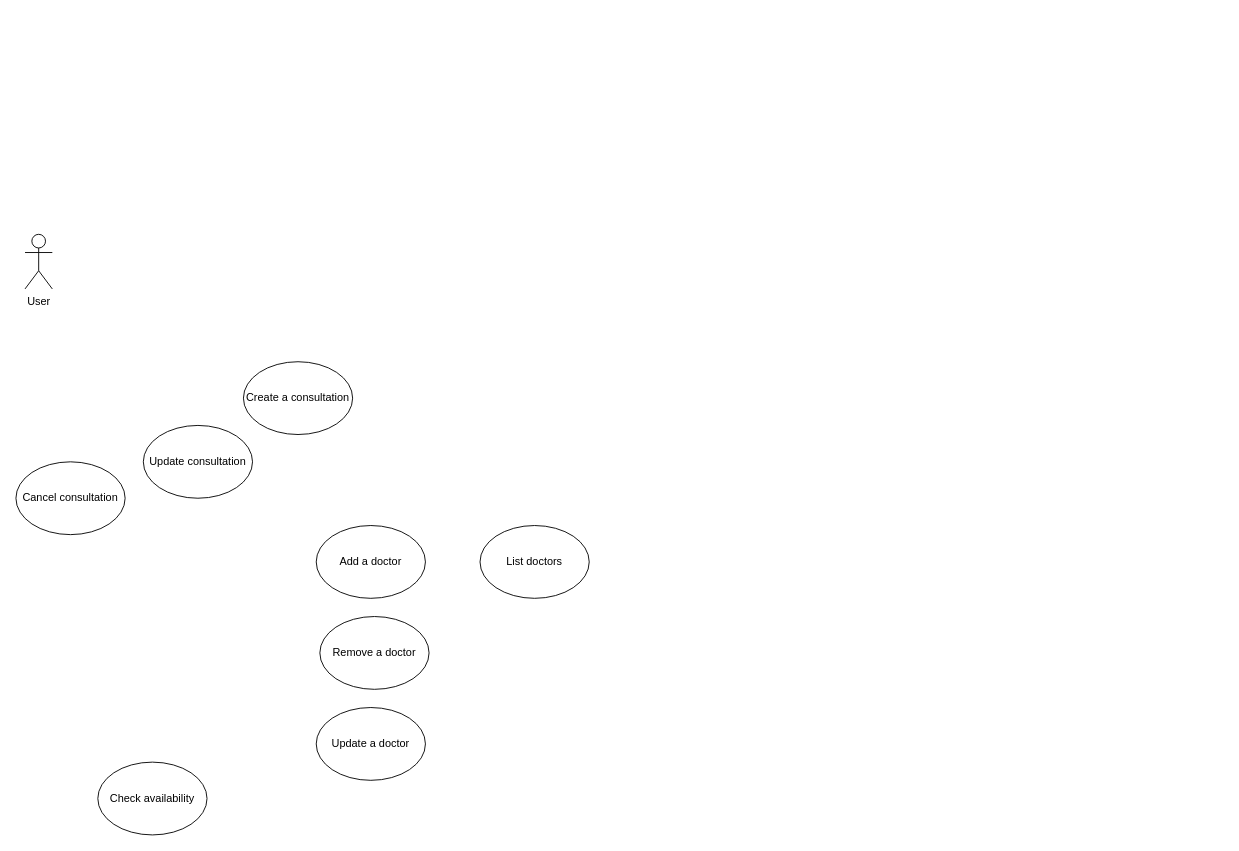
This is page "use case diagram" (2 of 3) of design/Untitled Diagram.drawio from dovh-me/oop-consultationManager, a draw.io file, before an edit. Source tidied: cells renumbered, new cells numbered last; positions are measured from the earlier drawing's top-left corner, leaving out a move shared by most shapes. Both pictures are drawn from the tidied source at 91%, with x=0, y=0 at pixel (15, 234).
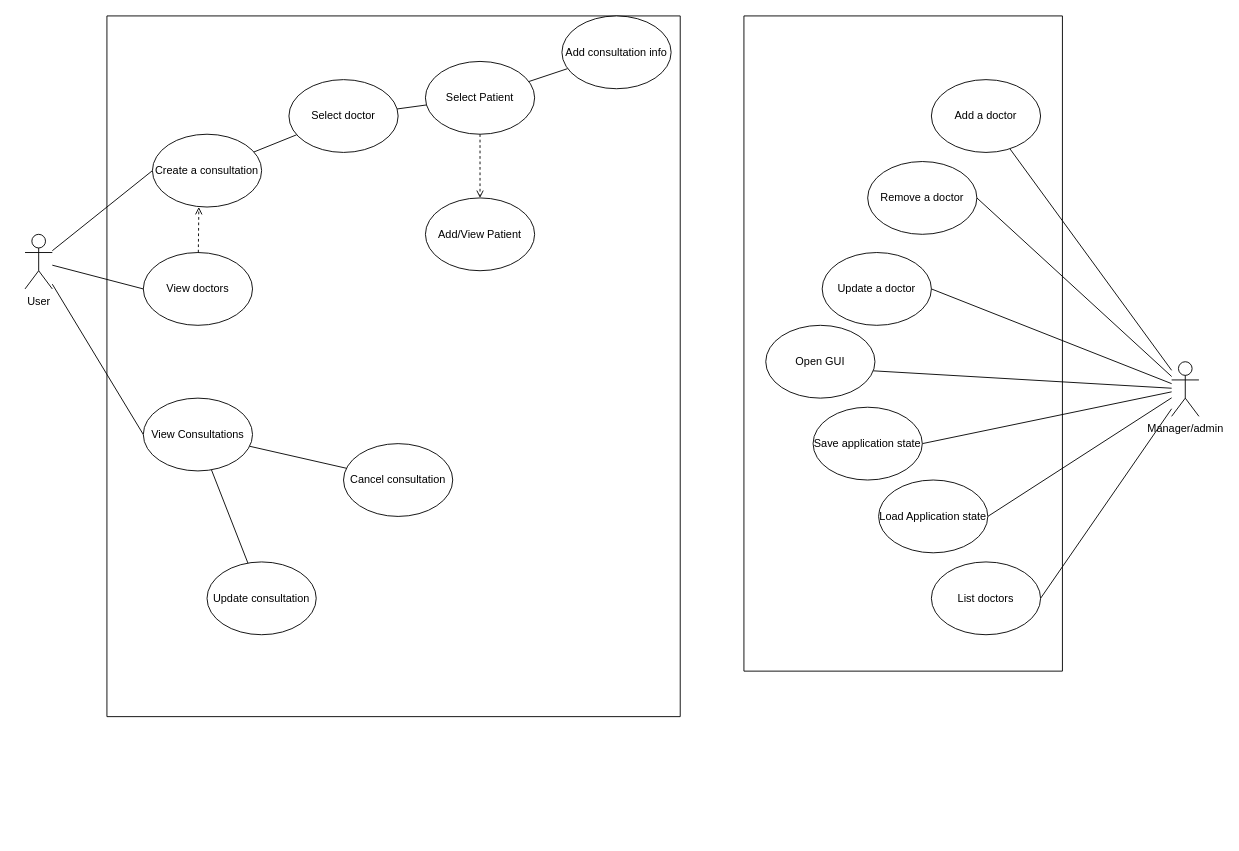
Above is the later version.

The change refers to these unchanged cells:
```xml
<mxCell id="2" value="User" style="shape=umlActor;verticalLabelPosition=bottom;verticalAlign=top;html=1;outlineConnect=0;" parent="1" vertex="1">
  <mxGeometry x="10" width="30" height="60" as="geometry" />
</mxCell>
```

The edit, as a diff of the source:
```diff
@@
+    <mxCell id="11" style="rounded=0;jettySize=auto;html=1;entryX=0;entryY=0.5;entryDx=0;entryDy=0;endArrow=none;endFill=0;" parent="1" edge="1" source="2" target="3">
+      <mxGeometry relative="1" as="geometry" />
+    </mxCell>
+    <mxCell id="12" style="edgeStyle=none;rounded=0;jettySize=auto;html=1;entryX=0;entryY=0.5;entryDx=0;entryDy=0;endArrow=none;endFill=0;" parent="1" edge="1" source="2" target="25">
+      <mxGeometry relative="1" as="geometry" />
+    </mxCell>
+    <mxCell id="13" style="edgeStyle=none;rounded=0;jettySize=auto;html=1;entryX=0;entryY=0.5;entryDx=0;entryDy=0;endArrow=none;endFill=0;" parent="1" edge="1" source="2" target="28">
+      <mxGeometry relative="1" as="geometry" />
+    </mxCell>
@@
+    <mxCell id="14" style="edgeStyle=none;rounded=0;jettySize=auto;html=1;endArrow=none;endFill=0;" parent="1" edge="1" source="21" target="4">
+      <mxGeometry relative="1" as="geometry" />
+    </mxCell>
+    <mxCell id="15" style="edgeStyle=none;rounded=0;jettySize=auto;html=1;entryX=1;entryY=0.5;entryDx=0;entryDy=0;endArrow=none;endFill=0;" parent="1" edge="1" source="21" target="5">
+      <mxGeometry relative="1" as="geometry" />
+    </mxCell>
+    <mxCell id="16" style="edgeStyle=none;rounded=0;jettySize=auto;html=1;entryX=1;entryY=0.5;entryDx=0;entryDy=0;endArrow=none;endFill=0;" parent="1" edge="1" source="21" target="6">
+      <mxGeometry relative="1" as="geometry" />
+    </mxCell>
+    <mxCell id="17" style="edgeStyle=none;rounded=0;jettySize=auto;html=1;entryX=0.983;entryY=0.625;entryDx=0;entryDy=0;entryPerimeter=0;endArrow=none;endFill=0;" parent="1" edge="1" source="21" target="7">
+      <mxGeometry relative="1" as="geometry" />
+    </mxCell>
+    <mxCell id="18" style="edgeStyle=none;rounded=0;jettySize=auto;html=1;entryX=1;entryY=0.5;entryDx=0;entryDy=0;endArrow=none;endFill=0;" parent="1" edge="1" source="21" target="37">
+      <mxGeometry relative="1" as="geometry" />
+    </mxCell>
+    <mxCell id="19" style="edgeStyle=none;rounded=0;jettySize=auto;html=1;entryX=1;entryY=0.5;entryDx=0;entryDy=0;endArrow=none;endFill=0;" parent="1" edge="1" source="21" target="38">
+      <mxGeometry relative="1" as="geometry" />
+    </mxCell>
+    <mxCell id="20" style="edgeStyle=none;rounded=0;jettySize=auto;html=1;endArrow=none;endFill=0;entryX=1;entryY=0.5;entryDx=0;entryDy=0;" parent="1" edge="1" source="21" target="8">
+      <mxGeometry relative="1" as="geometry" />
+    </mxCell>
+    <mxCell id="21" value="Manager/admin" style="shape=umlActor;verticalLabelPosition=bottom;verticalAlign=top;html=1;outlineConnect=0;" parent="1" vertex="1">
+      <mxGeometry x="1270" y="140" width="30" height="60" as="geometry" />
+    </mxCell>
+    <mxCell id="22" style="swimlane;startSize=0;" parent="1" vertex="1">
+      <mxGeometry x="100" y="-240" width="630" height="770" as="geometry" />
+    </mxCell>
+    <mxCell id="23" style="edgeStyle=none;rounded=0;jettySize=auto;html=1;endArrow=none;endFill=0;" parent="22" edge="1" source="3" target="34">
+      <mxGeometry relative="1" as="geometry" />
+    </mxCell>
-    <mxCell id="3" value="Create a consultation" style="ellipse;whiteSpace=wrap;html=1;" parent="1" vertex="1">
-      <mxGeometry x="250" y="140" width="120" height="80" as="geometry" />
+    <mxCell id="3" value="Create a consultation" style="ellipse;whiteSpace=wrap;html=1;" parent="22" vertex="1">
+      <mxGeometry x="50" y="130" width="120" height="80" as="geometry" />
     </mxCell>
+    <mxCell id="9" value="Update consultation" style="ellipse;whiteSpace=wrap;html=1;" parent="22" vertex="1">
+      <mxGeometry x="110" y="600" width="120" height="80" as="geometry" />
+    </mxCell>
+    <mxCell id="10" value="Cancel consultation" style="ellipse;whiteSpace=wrap;html=1;" parent="22" vertex="1">
+      <mxGeometry x="260" y="470" width="120" height="80" as="geometry" />
+    </mxCell>
+    <mxCell id="24" style="edgeStyle=none;rounded=0;jettySize=auto;html=1;entryX=0.425;entryY=1;entryDx=0;entryDy=0;entryPerimeter=0;endArrow=open;endFill=0;dashed=1;" parent="22" edge="1" source="25" target="3">
+      <mxGeometry relative="1" as="geometry" />
+    </mxCell>
+    <mxCell id="25" value="View doctors" style="ellipse;whiteSpace=wrap;html=1;" parent="22" vertex="1">
+      <mxGeometry x="40" y="260" width="120" height="80" as="geometry" />
+    </mxCell>
+    <mxCell id="26" style="edgeStyle=none;rounded=0;jettySize=auto;html=1;endArrow=none;endFill=0;" parent="22" edge="1" source="28" target="10">
+      <mxGeometry relative="1" as="geometry" />
+    </mxCell>
+    <mxCell id="27" style="edgeStyle=none;rounded=0;jettySize=auto;html=1;endArrow=none;endFill=0;" parent="22" edge="1" source="28" target="9">
+      <mxGeometry relative="1" as="geometry" />
+    </mxCell>
+    <mxCell id="28" value="View Consultations" style="ellipse;whiteSpace=wrap;html=1;" parent="22" vertex="1">
+      <mxGeometry x="40" y="420" width="120" height="80" as="geometry" />
+    </mxCell>
+    <mxCell id="29" style="edgeStyle=none;rounded=0;jettySize=auto;html=1;endArrow=none;endFill=0;" parent="22" edge="1" source="31" target="35">
+      <mxGeometry relative="1" as="geometry" />
+    </mxCell>
+    <mxCell id="30" style="edgeStyle=none;rounded=0;jettySize=auto;html=1;exitX=0.5;exitY=1;exitDx=0;exitDy=0;entryX=0.5;entryY=0;entryDx=0;entryDy=0;dashed=1;endArrow=open;endFill=0;" parent="22" edge="1" source="31" target="32">
+      <mxGeometry relative="1" as="geometry" />
+    </mxCell>
+    <mxCell id="31" value="Select Patient" style="ellipse;whiteSpace=wrap;html=1;" parent="22" vertex="1">
+      <mxGeometry x="350" y="50" width="120" height="80" as="geometry" />
+    </mxCell>
+    <mxCell id="32" value="Add/View Patient" style="ellipse;whiteSpace=wrap;html=1;" parent="22" vertex="1">
+      <mxGeometry x="350" y="200" width="120" height="80" as="geometry" />
+    </mxCell>
+    <mxCell id="33" style="edgeStyle=none;rounded=0;jettySize=auto;html=1;endArrow=none;endFill=0;" parent="22" edge="1" source="34" target="31">
+      <mxGeometry relative="1" as="geometry" />
+    </mxCell>
+    <mxCell id="34" value="Select doctor" style="ellipse;whiteSpace=wrap;html=1;" parent="22" vertex="1">
+      <mxGeometry x="200" y="70" width="120" height="80" as="geometry" />
+    </mxCell>
+    <mxCell id="35" value="Add consultation info" style="ellipse;whiteSpace=wrap;html=1;" parent="22" vertex="1">
+      <mxGeometry x="500" width="120" height="80" as="geometry" />
+    </mxCell>
+    <mxCell id="36" style="swimlane;startSize=0;" parent="1" vertex="1">
+      <mxGeometry x="800" y="-240" width="350" height="720" as="geometry" />
+    </mxCell>
-    <mxCell id="4" value="Add a doctor" style="ellipse;whiteSpace=wrap;html=1;" parent="1" vertex="1">
-      <mxGeometry x="330" y="320" width="120" height="80" as="geometry" />
+    <mxCell id="4" value="Add a doctor" style="ellipse;whiteSpace=wrap;html=1;" parent="36" vertex="1">
+      <mxGeometry x="206" y="70" width="120" height="80" as="geometry" />
     </mxCell>
-    <mxCell id="5" value="Remove a doctor" style="ellipse;whiteSpace=wrap;html=1;" parent="1" vertex="1">
-      <mxGeometry x="334" y="420" width="120" height="80" as="geometry" />
+    <mxCell id="5" value="Remove a doctor" style="ellipse;whiteSpace=wrap;html=1;" parent="36" vertex="1">
+      <mxGeometry x="136" y="160" width="120" height="80" as="geometry" />
     </mxCell>
-    <mxCell id="6" value="Update a doctor" style="ellipse;whiteSpace=wrap;html=1;" parent="1" vertex="1">
-      <mxGeometry x="330" y="520" width="120" height="80" as="geometry" />
+    <mxCell id="6" value="Update a doctor" style="ellipse;whiteSpace=wrap;html=1;" parent="36" vertex="1">
+      <mxGeometry x="86" y="260" width="120" height="80" as="geometry" />
     </mxCell>
-    <mxCell id="7" value="Check availability" style="ellipse;whiteSpace=wrap;html=1;" parent="1" vertex="1">
-      <mxGeometry x="90" y="580" width="120" height="80" as="geometry" />
+    <mxCell id="7" value="Open GUI" style="ellipse;whiteSpace=wrap;html=1;" parent="36" vertex="1">
+      <mxGeometry x="24" y="340" width="120" height="80" as="geometry" />
     </mxCell>
+    <mxCell id="37" value="Save application state" style="ellipse;whiteSpace=wrap;html=1;" parent="36" vertex="1">
+      <mxGeometry x="76" y="430" width="120" height="80" as="geometry" />
+    </mxCell>
+    <mxCell id="38" value="Load Application state" style="ellipse;whiteSpace=wrap;html=1;" parent="36" vertex="1">
+      <mxGeometry x="148" y="510" width="120" height="80" as="geometry" />
+    </mxCell>
-    <mxCell id="8" value="List doctors" style="ellipse;whiteSpace=wrap;html=1;" parent="1" vertex="1">
-      <mxGeometry x="510" y="320" width="120" height="80" as="geometry" />
+    <mxCell id="8" value="List doctors" style="ellipse;whiteSpace=wrap;html=1;" parent="36" vertex="1">
+      <mxGeometry x="206" y="600" width="120" height="80" as="geometry" />
     </mxCell>
-    <mxCell id="9" value="Update consultation" style="ellipse;whiteSpace=wrap;html=1;" parent="1" vertex="1">
-      <mxGeometry x="140" y="210" width="120" height="80" as="geometry" />
-    </mxCell>
-    <mxCell id="10" value="Cancel consultation" style="ellipse;whiteSpace=wrap;html=1;" parent="1" vertex="1">
-      <mxGeometry y="250" width="120" height="80" as="geometry" />
-    </mxCell>
```
